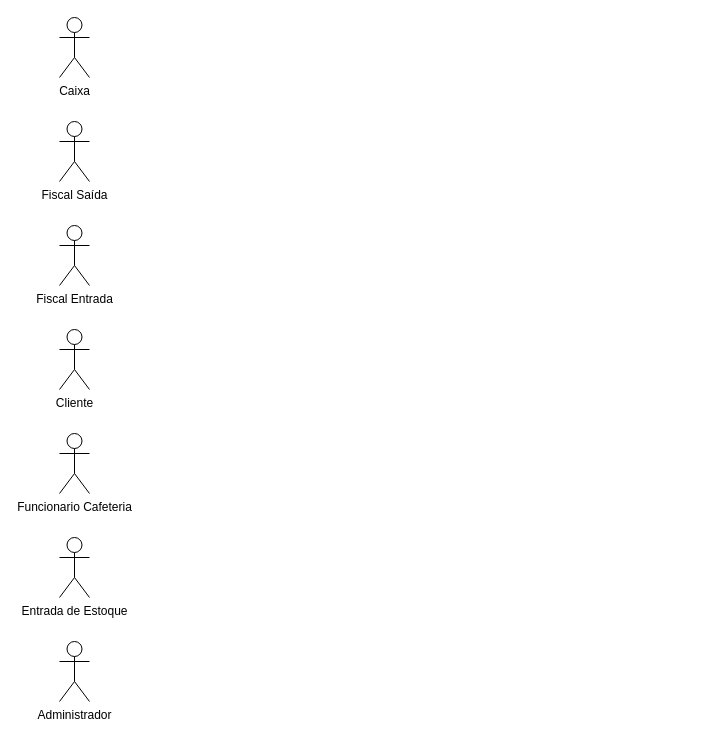
Before: page "Use-Cases" (2 of 2) of doc/class.drawio in SavioAraujoPagung/les, a draw.io diagram. Source tidied: cells renumbered, new cells numbered last; positions are measured from the earlier drawing's top-left corner, leaving out a move shared by most shapes. Both pictures are drawn from the tidied source at 100%, with x=0, y=0 at pixel (59, 17).
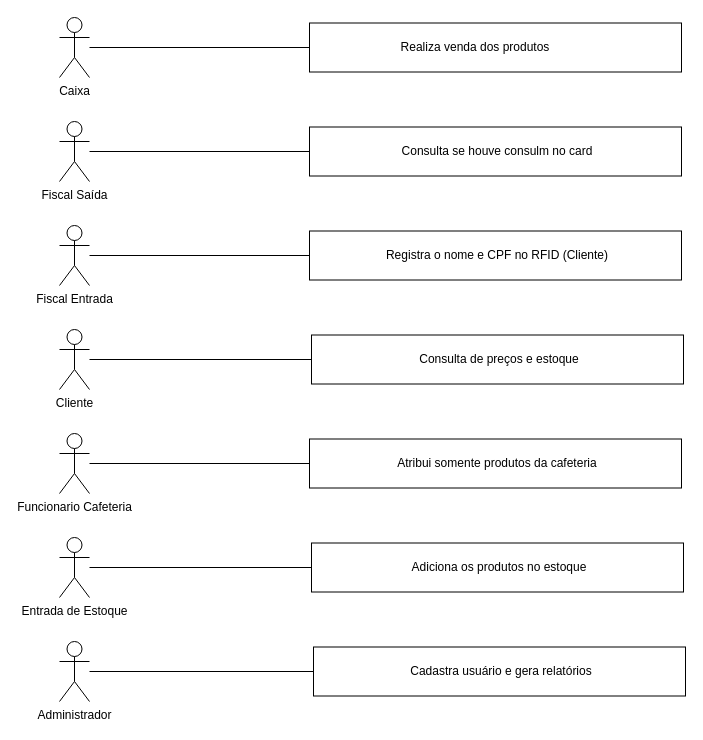
Above is the later version.

Unchanged cells that the change refers to:
```xml
<mxCell id="2" value="Caixa" style="shape=umlActor;verticalLabelPosition=bottom;verticalAlign=top;html=1;outlineConnect=0;" parent="1" vertex="1">
  <mxGeometry width="30" height="60" as="geometry" />
</mxCell>
<mxCell id="3" value="Fiscal Saída&lt;br&gt;" style="shape=umlActor;verticalLabelPosition=bottom;verticalAlign=top;html=1;outlineConnect=0;" parent="1" vertex="1">
  <mxGeometry y="104" width="30" height="60" as="geometry" />
</mxCell>
<mxCell id="4" value="Fiscal Entrada" style="shape=umlActor;verticalLabelPosition=bottom;verticalAlign=top;html=1;outlineConnect=0;" parent="1" vertex="1">
  <mxGeometry y="208" width="30" height="60" as="geometry" />
</mxCell>
<mxCell id="5" value="Cliente" style="shape=umlActor;verticalLabelPosition=bottom;verticalAlign=top;html=1;outlineConnect=0;" parent="1" vertex="1">
  <mxGeometry y="312" width="30" height="60" as="geometry" />
</mxCell>
<mxCell id="6" value="Funcionario Cafeteria" style="shape=umlActor;verticalLabelPosition=bottom;verticalAlign=top;html=1;outlineConnect=0;" parent="1" vertex="1">
  <mxGeometry y="416" width="30" height="60" as="geometry" />
</mxCell>
<mxCell id="7" value="Entrada de Estoque" style="shape=umlActor;verticalLabelPosition=bottom;verticalAlign=top;html=1;outlineConnect=0;" parent="1" vertex="1">
  <mxGeometry y="520" width="30" height="60" as="geometry" />
</mxCell>
<mxCell id="8" value="Administrador" style="shape=umlActor;verticalLabelPosition=bottom;verticalAlign=top;html=1;outlineConnect=0;" parent="1" vertex="1">
  <mxGeometry y="624" width="30" height="60" as="geometry" />
</mxCell>
```

Diff of the diagram source:
```diff
@@
+    <mxCell id="9" style="edgeStyle=none;html=1;endArrow=none;endFill=0;" parent="1" edge="1" source="2" target="16">
+      <mxGeometry relative="1" as="geometry" />
+    </mxCell>
@@
+    <mxCell id="10" style="edgeStyle=none;html=1;endArrow=none;endFill=0;" parent="1" edge="1" source="3" target="17">
+      <mxGeometry relative="1" as="geometry" />
+    </mxCell>
@@
+    <mxCell id="11" style="edgeStyle=none;html=1;endArrow=none;endFill=0;" parent="1" edge="1" source="4" target="20">
+      <mxGeometry relative="1" as="geometry" />
+    </mxCell>
@@
+    <mxCell id="12" style="edgeStyle=none;html=1;endArrow=none;endFill=0;" parent="1" edge="1" source="5" target="21">
+      <mxGeometry relative="1" as="geometry" />
+    </mxCell>
@@
+    <mxCell id="13" style="edgeStyle=none;html=1;endArrow=none;endFill=0;" parent="1" edge="1" source="6" target="24">
+      <mxGeometry relative="1" as="geometry" />
+    </mxCell>
@@
+    <mxCell id="14" style="edgeStyle=none;html=1;endArrow=none;endFill=0;" parent="1" edge="1" source="7" target="26">
+      <mxGeometry relative="1" as="geometry" />
+    </mxCell>
@@
+    <mxCell id="15" style="edgeStyle=none;html=1;endArrow=none;endFill=0;" parent="1" edge="1" source="8" target="28">
+      <mxGeometry relative="1" as="geometry" />
+    </mxCell>
@@
+    <mxCell id="16" style="rounded=0;whiteSpace=wrap;html=1;" parent="1" vertex="1">
+      <mxGeometry x="250" y="5.5" width="372" height="49" as="geometry" />
+    </mxCell>
+    <mxCell id="17" style="rounded=0;whiteSpace=wrap;html=1;" parent="1" vertex="1">
+      <mxGeometry x="250" y="109.5" width="372" height="49" as="geometry" />
+    </mxCell>
+    <mxCell id="18" value="Realiza venda dos produtos" style="text;html=1;strokeColor=none;fillColor=none;align=center;verticalAlign=middle;whiteSpace=wrap;rounded=0;" parent="1" vertex="1">
+      <mxGeometry x="265" y="16.5" width="302" height="26" as="geometry" />
+    </mxCell>
+    <mxCell id="19" value="Consulta se houve consulm no card" style="text;html=1;strokeColor=none;fillColor=none;align=center;verticalAlign=middle;whiteSpace=wrap;rounded=0;" parent="1" vertex="1">
+      <mxGeometry x="287" y="121" width="302" height="26" as="geometry" />
+    </mxCell>
+    <mxCell id="20" style="rounded=0;whiteSpace=wrap;html=1;" parent="1" vertex="1">
+      <mxGeometry x="250" y="213.5" width="372" height="49" as="geometry" />
+    </mxCell>
+    <mxCell id="21" style="rounded=0;whiteSpace=wrap;html=1;" parent="1" vertex="1">
+      <mxGeometry x="252" y="317.5" width="372" height="49" as="geometry" />
+    </mxCell>
+    <mxCell id="22" value="Registra o nome e CPF no RFID (Cliente)" style="text;html=1;strokeColor=none;fillColor=none;align=center;verticalAlign=middle;whiteSpace=wrap;rounded=0;" parent="1" vertex="1">
+      <mxGeometry x="287" y="225" width="302" height="26" as="geometry" />
+    </mxCell>
+    <mxCell id="23" value="Consulta de preços e estoque" style="text;html=1;strokeColor=none;fillColor=none;align=center;verticalAlign=middle;whiteSpace=wrap;rounded=0;" parent="1" vertex="1">
+      <mxGeometry x="289" y="329" width="302" height="26" as="geometry" />
+    </mxCell>
+    <mxCell id="24" style="rounded=0;whiteSpace=wrap;html=1;" parent="1" vertex="1">
+      <mxGeometry x="250" y="421.5" width="372" height="49" as="geometry" />
+    </mxCell>
+    <mxCell id="25" value="Atribui somente produtos da cafeteria" style="text;html=1;strokeColor=none;fillColor=none;align=center;verticalAlign=middle;whiteSpace=wrap;rounded=0;" parent="1" vertex="1">
+      <mxGeometry x="287" y="433" width="302" height="26" as="geometry" />
+    </mxCell>
+    <mxCell id="26" style="rounded=0;whiteSpace=wrap;html=1;" parent="1" vertex="1">
+      <mxGeometry x="252" y="525.5" width="372" height="49" as="geometry" />
+    </mxCell>
+    <mxCell id="27" value="Adiciona os produtos no estoque" style="text;html=1;strokeColor=none;fillColor=none;align=center;verticalAlign=middle;whiteSpace=wrap;rounded=0;" parent="1" vertex="1">
+      <mxGeometry x="289" y="537" width="302" height="26" as="geometry" />
+    </mxCell>
+    <mxCell id="28" style="rounded=0;whiteSpace=wrap;html=1;" parent="1" vertex="1">
+      <mxGeometry x="254" y="629.5" width="372" height="49" as="geometry" />
+    </mxCell>
+    <mxCell id="29" value="Cadastra usuário e gera relatórios" style="text;html=1;strokeColor=none;fillColor=none;align=center;verticalAlign=middle;whiteSpace=wrap;rounded=0;" parent="1" vertex="1">
+      <mxGeometry x="291" y="641" width="302" height="26" as="geometry" />
+    </mxCell>
```
